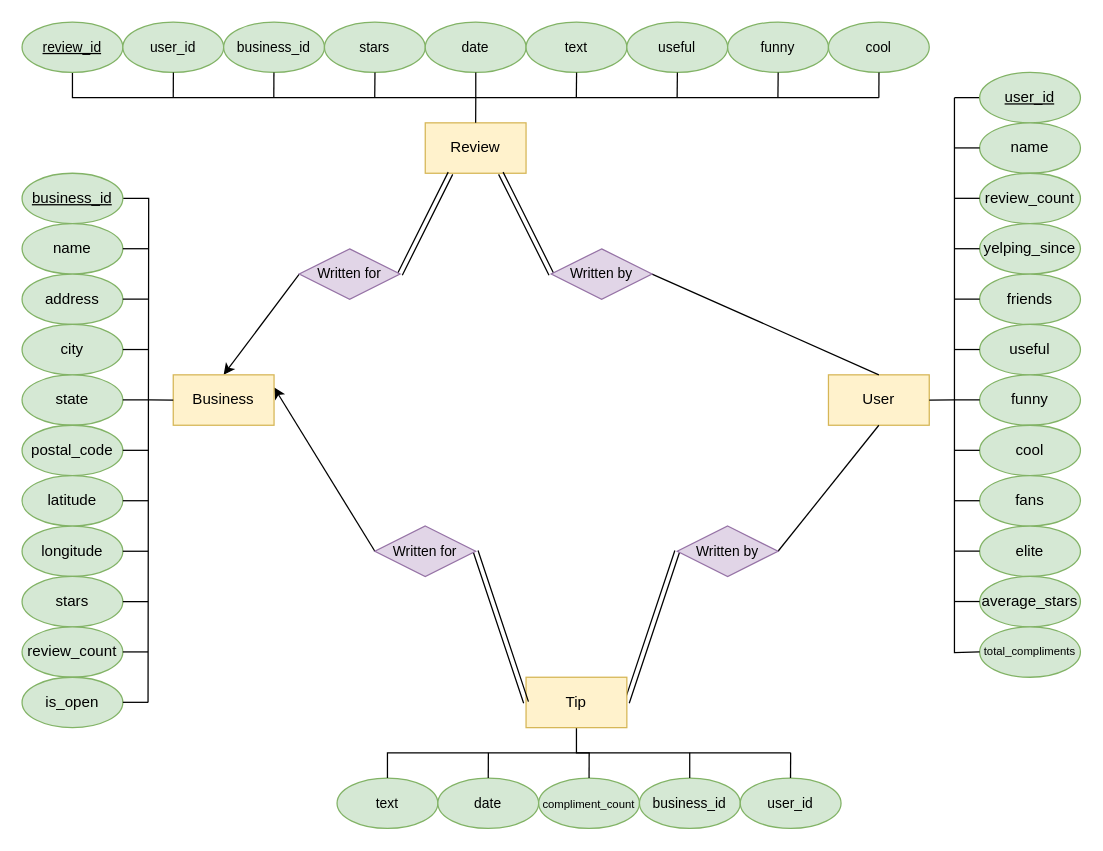
This is ERDiagram.drawio from sjankowskim/Yelp-Dataset-Query-Tester, a draw.io file, before an edit. Source tidied: cells renumbered, new cells numbered last; positions are measured from the earlier drawing's top-left corner, leaving out a move shared by most shapes. Both pictures are drawn from the tidied source at 126%, with x=0, y=0 at pixel (21, 21).
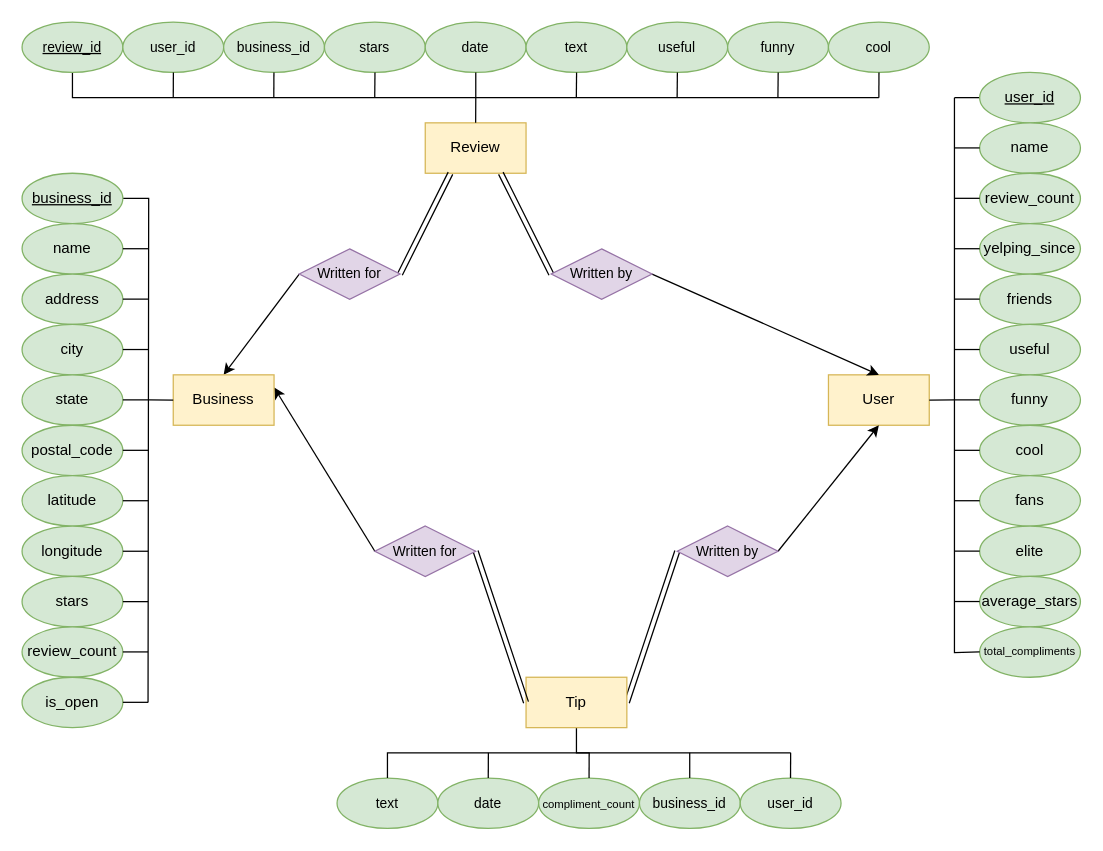
Above is the later version.

The change refers to these unchanged cells:
```xml
<mxCell id="6" value="User" style="rounded=0;whiteSpace=wrap;html=1;fillColor=#fff2cc;strokeColor=#d6b656;" parent="1" vertex="1">
  <mxGeometry x="640" y="280" width="80" height="40" as="geometry" />
</mxCell>
<mxCell id="90" value="Written by" style="rhombus;whiteSpace=wrap;html=1;fontSize=11;fillColor=#e1d5e7;strokeColor=#9673a6;" parent="1" vertex="1">
  <mxGeometry x="420" y="180" width="80" height="40" as="geometry" />
</mxCell>
<mxCell id="94" value="Written by" style="rhombus;whiteSpace=wrap;html=1;fontSize=11;fillColor=#e1d5e7;strokeColor=#9673a6;" parent="1" vertex="1">
  <mxGeometry x="520" y="400" width="80" height="40" as="geometry" />
</mxCell>
```

Change to the diagram source:
```diff
@@
-    <mxCell id="89" style="rounded=0;jettySize=auto;html=1;exitX=1;exitY=0.5;exitDx=0;exitDy=0;entryX=0.5;entryY=0;entryDx=0;entryDy=0;endArrow=none;endFill=0;" parent="1" edge="1" source="90" target="6">
+    <mxCell id="89" style="rounded=0;jettySize=auto;html=1;exitX=1;exitY=0.5;exitDx=0;exitDy=0;entryX=0.5;entryY=0;entryDx=0;entryDy=0;endArrow=classic;endFill=1;" parent="1" edge="1" source="90" target="6">
       <mxGeometry relative="1" as="geometry" />
     </mxCell>
@@
-    <mxCell id="93" style="rounded=0;jettySize=auto;html=1;entryX=0.5;entryY=1;entryDx=0;entryDy=0;endArrow=none;endFill=0;exitX=1;exitY=0.5;exitDx=0;exitDy=0;" parent="1" edge="1" source="94" target="6">
+    <mxCell id="93" style="rounded=0;jettySize=auto;html=1;entryX=0.5;entryY=1;entryDx=0;entryDy=0;endArrow=classic;endFill=1;exitX=1;exitY=0.5;exitDx=0;exitDy=0;" parent="1" edge="1" source="94" target="6">
       <mxGeometry relative="1" as="geometry" />
     </mxCell>
```
